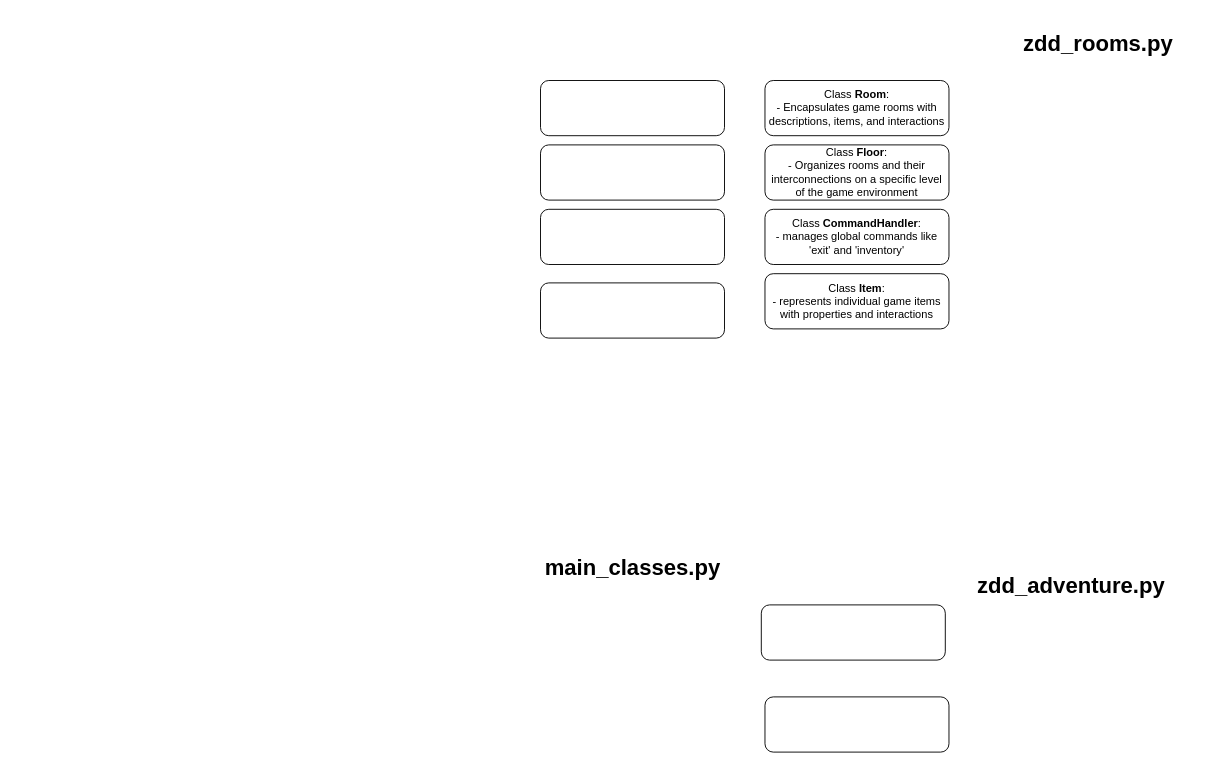
The draw.io diagram adventure/Unbenanntes Diagramm.drawio in heyitsalina/zdd_adventure2023, before the edit. Source tidied: cells renumbered, new cells numbered last; positions are measured from the earlier drawing's top-left corner, leaving out a move shared by most shapes. Both pictures are drawn from the tidied source at 92%, with x=0, y=0 at pixel (540, 25).
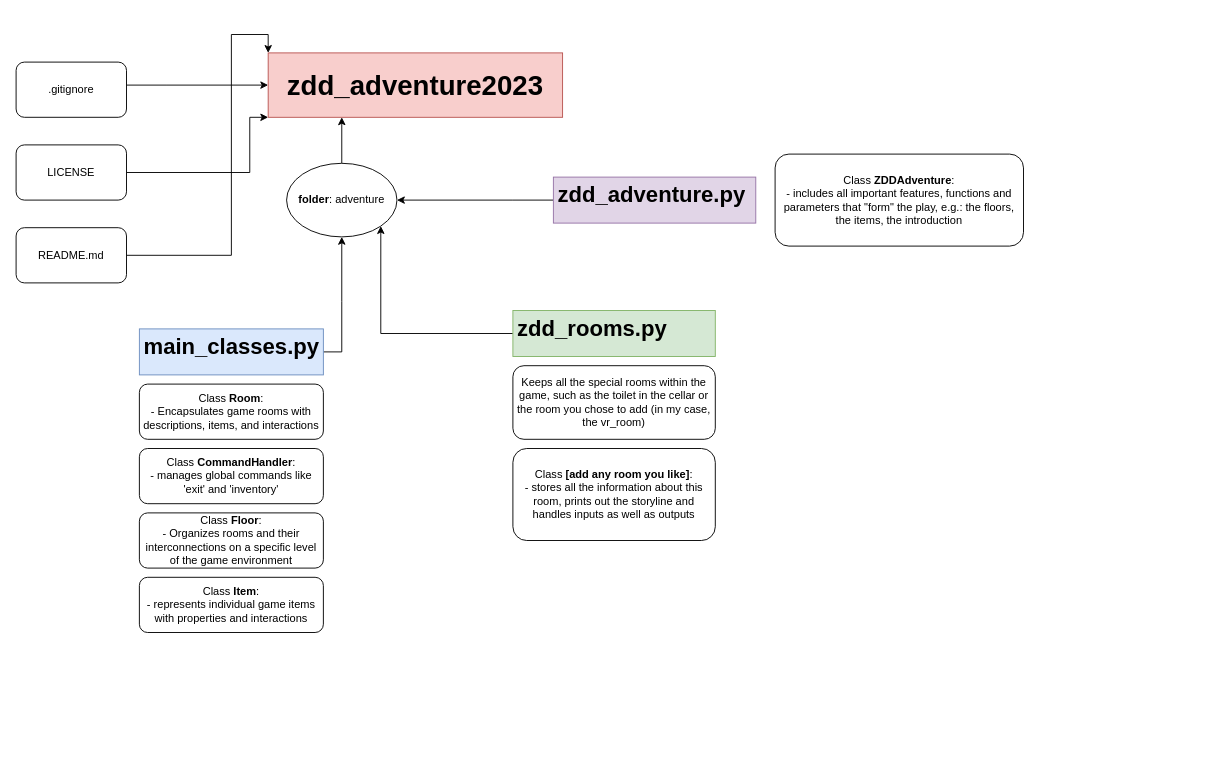
Above is the later version.

The edit, as a diff of the source:
```diff
@@
     <mxCell id="2" value="Class &lt;b&gt;CommandHandler&lt;/b&gt;:&lt;br&gt;- manages&amp;nbsp;global commands like 'exit' and 'inventory'" style="rounded=1;whiteSpace=wrap;html=1;" parent="1" vertex="1">
-      <mxGeometry x="244" y="200" width="200" height="60" as="geometry" />
+      <mxGeometry x="-436" y="460" width="200" height="60" as="geometry" />
     </mxCell>
+    <mxCell id="15" style="edgeStyle=orthogonalEdgeStyle;rounded=0;jettySize=auto;html=1;entryX=0.5;entryY=1;entryDx=0;entryDy=0;" parent="1" edge="1" source="3" target="19">
+      <mxGeometry relative="1" as="geometry">
+        <Array as="points">
+          <mxPoint x="-216" y="300" />
+          <mxPoint x="-216" y="300" />
+        </Array>
+      </mxGeometry>
+    </mxCell>
-    <mxCell id="3" value="&lt;h1&gt;main_classes.py&lt;/h1&gt;" style="text;html=1;strokeColor=none;fillColor=none;spacing=5;spacingTop=-20;whiteSpace=wrap;overflow=hidden;rounded=0;" parent="1" vertex="1">
-      <mxGeometry y="570" width="200" height="50" as="geometry" />
+    <mxCell id="3" value="&lt;h1&gt;main_classes.py&lt;/h1&gt;" style="text;html=1;strokeColor=#6c8ebf;fillColor=#dae8fc;spacing=5;spacingTop=-20;whiteSpace=wrap;overflow=hidden;rounded=0;" parent="1" vertex="1">
+      <mxGeometry x="-436" y="330" width="200" height="50" as="geometry" />
     </mxCell>
+    <mxCell id="16" style="edgeStyle=orthogonalEdgeStyle;rounded=0;jettySize=auto;html=1;entryX=1;entryY=0.5;entryDx=0;entryDy=0;" parent="1" edge="1" source="4" target="19">
+      <mxGeometry relative="1" as="geometry">
+        <Array as="points">
+          <mxPoint x="-30" y="190" />
+          <mxPoint x="-30" y="190" />
+        </Array>
+      </mxGeometry>
+    </mxCell>
-    <mxCell id="4" value="&lt;h1&gt;zdd_adventure.py&lt;/h1&gt;" style="text;html=1;strokeColor=none;fillColor=none;spacing=5;spacingTop=-20;whiteSpace=wrap;overflow=hidden;rounded=0;" parent="1" vertex="1">
-      <mxGeometry x="470" y="590" width="220" height="50" as="geometry" />
+    <mxCell id="4" value="&lt;h1&gt;zdd_adventure.py&lt;/h1&gt;" style="text;html=1;strokeColor=#9673a6;fillColor=#e1d5e7;spacing=5;spacingTop=-20;whiteSpace=wrap;overflow=hidden;rounded=0;" parent="1" vertex="1">
+      <mxGeometry x="14" y="165" width="220" height="50" as="geometry" />
     </mxCell>
-    <mxCell id="5" value="&lt;h1&gt;zdd_rooms.py&lt;/h1&gt;" style="text;html=1;strokeColor=none;fillColor=none;spacing=5;spacingTop=-20;whiteSpace=wrap;overflow=hidden;rounded=0;" parent="1" vertex="1">
-      <mxGeometry x="520" width="200" height="50" as="geometry" />
-    </mxCell>
-    <mxCell id="6" style="rounded=1;whiteSpace=wrap;html=1;" parent="1" vertex="1">
-      <mxGeometry y="60" width="200" height="60" as="geometry" />
-    </mxCell>
+    <mxCell id="17" style="edgeStyle=orthogonalEdgeStyle;rounded=0;jettySize=auto;html=1;exitX=0.5;exitY=0;exitDx=0;exitDy=0;" parent="1" edge="1" source="7">
+      <mxGeometry relative="1" as="geometry">
+        <mxPoint x="79.6" y="370" as="targetPoint" />
+      </mxGeometry>
+    </mxCell>
-    <mxCell id="7" style="rounded=1;whiteSpace=wrap;html=1;" parent="1" vertex="1">
-      <mxGeometry y="130" width="200" height="60" as="geometry" />
+    <mxCell id="7" value="Keeps all the special rooms within the game, such as the toilet in the cellar or the room you chose to add (in my case, the vr_room)" style="rounded=1;whiteSpace=wrap;html=1;" parent="1" vertex="1">
+      <mxGeometry x="-30" y="370" width="220" height="80" as="geometry" />
     </mxCell>
     <mxCell id="8" value="Class &lt;b&gt;Item&lt;/b&gt;:&lt;br&gt;- represents individual game items with properties and interactions" style="rounded=1;whiteSpace=wrap;html=1;" parent="1" vertex="1">
-      <mxGeometry x="244" y="270" width="200" height="60" as="geometry" />
+      <mxGeometry x="-436" y="600" width="200" height="60" as="geometry" />
     </mxCell>
-    <mxCell id="9" style="rounded=1;whiteSpace=wrap;html=1;" parent="1" vertex="1">
-      <mxGeometry x="244" y="730" width="200" height="60" as="geometry" />
-    </mxCell>
-    <mxCell id="10" style="rounded=1;whiteSpace=wrap;html=1;" parent="1" vertex="1">
-      <mxGeometry y="200" width="200" height="60" as="geometry" />
-    </mxCell>
-    <mxCell id="11" style="rounded=1;whiteSpace=wrap;html=1;" parent="1" vertex="1">
-      <mxGeometry y="280" width="200" height="60" as="geometry" />
+    <mxCell id="11" value="Class &lt;b&gt;[add any room you like]&lt;/b&gt;:&lt;br&gt;- stores all the information about this room, prints out the storyline and handles inputs as well as outputs" style="rounded=1;whiteSpace=wrap;html=1;" parent="1" vertex="1">
+      <mxGeometry x="-30" y="460" width="220" height="100" as="geometry" />
     </mxCell>
-    <mxCell id="12" style="rounded=1;whiteSpace=wrap;html=1;" parent="1" vertex="1">
-      <mxGeometry x="240" y="630" width="200" height="60" as="geometry" />
+    <mxCell id="12" value="Class &lt;b&gt;ZDDAdventure&lt;/b&gt;:&lt;br&gt;- includes all important features, functions and parameters that &quot;form&quot; the play, e.g.: the floors, the items, the introduction" style="rounded=1;whiteSpace=wrap;html=1;" parent="1" vertex="1">
+      <mxGeometry x="255" y="140" width="270" height="100" as="geometry" />
     </mxCell>
     <mxCell id="13" value="Class &lt;b&gt;Room&lt;/b&gt;:&lt;br&gt;-&amp;nbsp;Encapsulates game rooms with descriptions, items, and interactions" style="rounded=1;whiteSpace=wrap;html=1;" parent="1" vertex="1">
-      <mxGeometry x="244" y="60" width="200" height="60" as="geometry" />
+      <mxGeometry x="-436" y="390" width="200" height="60" as="geometry" />
     </mxCell>
     <mxCell id="14" value="Class &lt;b&gt;Floor&lt;/b&gt;:&lt;br&gt;-&amp;nbsp;Organizes rooms and their interconnections on a specific level of the game environment" style="rounded=1;whiteSpace=wrap;html=1;" parent="1" vertex="1">
-      <mxGeometry x="244" y="130" width="200" height="60" as="geometry" />
+      <mxGeometry x="-436" y="530" width="200" height="60" as="geometry" />
     </mxCell>
+    <mxCell id="18" style="edgeStyle=orthogonalEdgeStyle;rounded=0;jettySize=auto;html=1;entryX=0.25;entryY=1;entryDx=0;entryDy=0;" parent="1" edge="1" source="19" target="26">
+      <mxGeometry relative="1" as="geometry" />
+    </mxCell>
+    <mxCell id="19" value="&lt;b&gt;folder&lt;/b&gt;: adventure" style="ellipse;whiteSpace=wrap;html=1;" parent="1" vertex="1">
+      <mxGeometry x="-276" y="150" width="120" height="80" as="geometry" />
+    </mxCell>
+    <mxCell id="20" style="edgeStyle=orthogonalEdgeStyle;rounded=0;jettySize=auto;html=1;entryX=0;entryY=0.5;entryDx=0;entryDy=0;" parent="1" edge="1" source="21" target="26">
+      <mxGeometry relative="1" as="geometry">
+        <Array as="points">
+          <mxPoint x="-406" y="65" />
+        </Array>
+      </mxGeometry>
+    </mxCell>
+    <mxCell id="21" value=".gitignore" style="rounded=1;whiteSpace=wrap;html=1;" parent="1" vertex="1">
+      <mxGeometry x="-570" y="40" width="120" height="60" as="geometry" />
+    </mxCell>
+    <mxCell id="22" style="edgeStyle=orthogonalEdgeStyle;rounded=0;jettySize=auto;html=1;entryX=0;entryY=1;entryDx=0;entryDy=0;" parent="1" edge="1" source="23" target="26">
+      <mxGeometry relative="1" as="geometry">
+        <Array as="points">
+          <mxPoint x="-316" y="160" />
+          <mxPoint x="-316" y="100" />
+        </Array>
+      </mxGeometry>
+    </mxCell>
+    <mxCell id="23" value="LICENSE" style="rounded=1;whiteSpace=wrap;html=1;" parent="1" vertex="1">
+      <mxGeometry x="-570" y="130" width="120" height="60" as="geometry" />
+    </mxCell>
+    <mxCell id="24" style="edgeStyle=orthogonalEdgeStyle;rounded=0;jettySize=auto;html=1;entryX=0;entryY=0;entryDx=0;entryDy=0;" parent="1" edge="1" source="25" target="26">
+      <mxGeometry relative="1" as="geometry">
+        <Array as="points">
+          <mxPoint x="-336" y="250" />
+          <mxPoint x="-336" y="10" />
+          <mxPoint x="-296" y="10" />
+        </Array>
+      </mxGeometry>
+    </mxCell>
+    <mxCell id="25" value="README.md" style="rounded=1;whiteSpace=wrap;html=1;" parent="1" vertex="1">
+      <mxGeometry x="-570" y="220" width="120" height="60" as="geometry" />
+    </mxCell>
+    <mxCell id="26" value="zdd_adventure2023" style="text;html=1;strokeColor=#b85450;fillColor=#f8cecc;align=center;verticalAlign=middle;whiteSpace=wrap;rounded=0;fontStyle=1;fontSize=30;" parent="1" vertex="1">
+      <mxGeometry x="-296" y="30" width="320" height="70" as="geometry" />
+    </mxCell>
+    <mxCell id="27" style="edgeStyle=orthogonalEdgeStyle;rounded=0;jettySize=auto;html=1;entryX=1;entryY=1;entryDx=0;entryDy=0;" parent="1" edge="1" source="5" target="19">
+      <mxGeometry relative="1" as="geometry" />
+    </mxCell>
+    <mxCell id="5" value="&lt;h1&gt;zdd_rooms.py&lt;/h1&gt;" style="text;html=1;strokeColor=#82b366;fillColor=#d5e8d4;spacing=5;spacingTop=-20;whiteSpace=wrap;overflow=hidden;rounded=0;" parent="1" vertex="1">
+      <mxGeometry x="-30" y="310" width="220" height="50" as="geometry" />
+    </mxCell>
```
